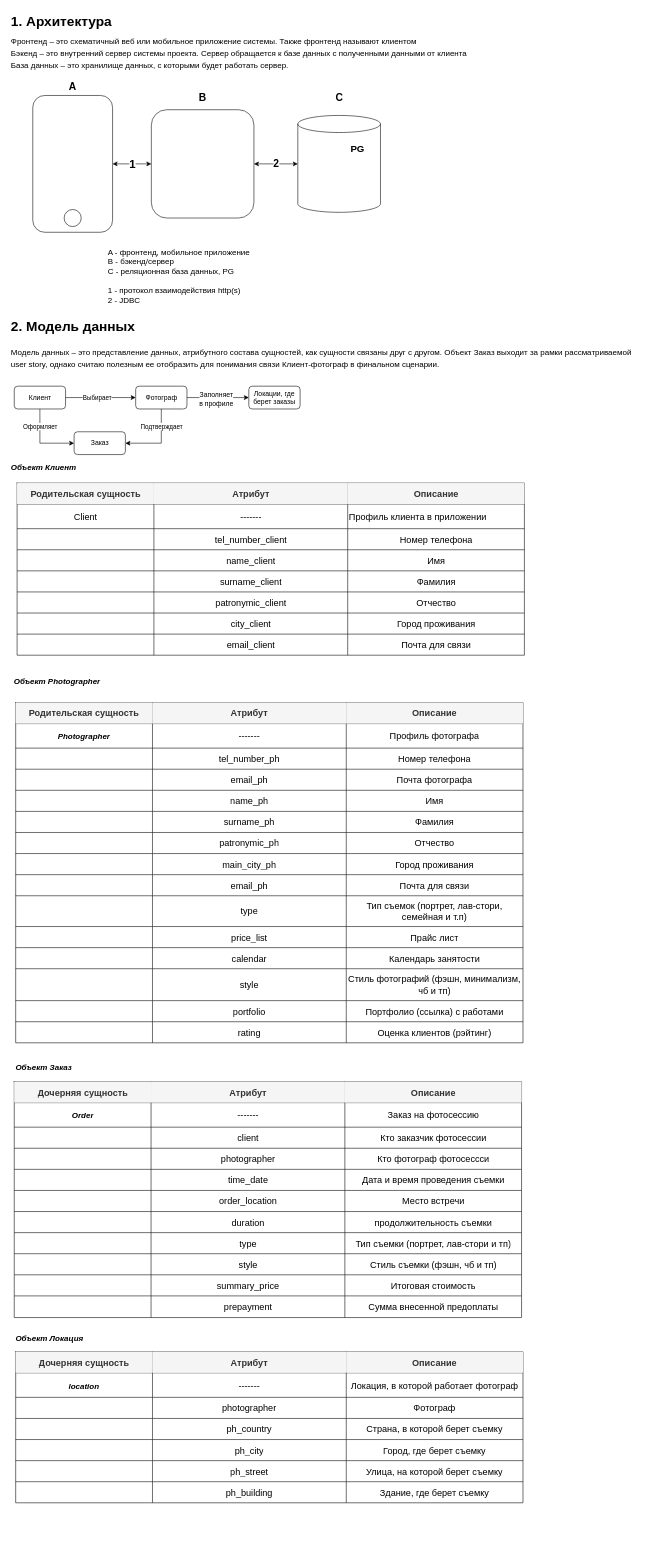
This is Vakhromova_Jenya/ФТ.drawio from abdullahproff/BSA21_1, a draw.io file, before an edit. Source tidied: cells renumbered, new cells numbered last; positions are measured from the earlier drawing's top-left corner, leaving out a move shared by most shapes. Both pictures are drawn from the tidied source at 57%, with x=0, y=0 at pixel (10, 10).
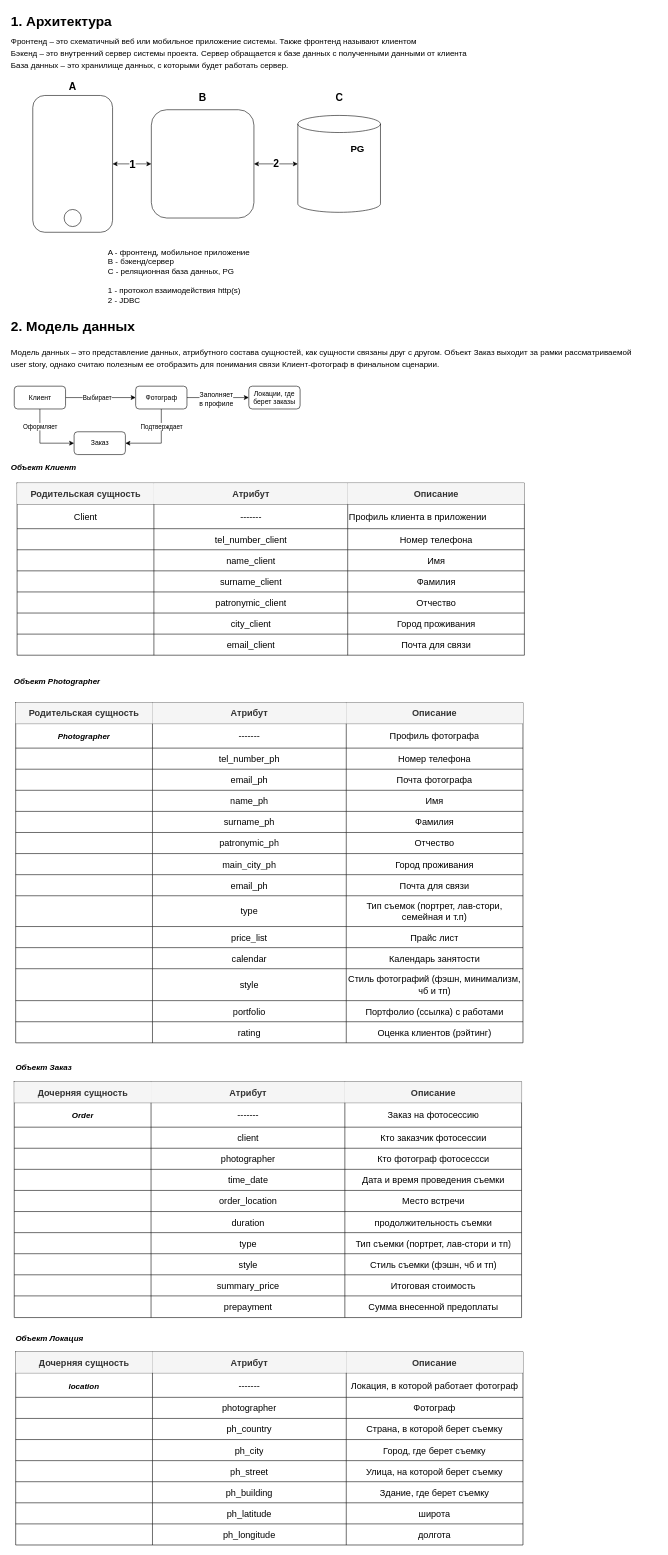
The same page after the edit.

Commit message (it also covers changes not shown here):
модель данных (+ долгота, +широта)

Diff of the diagram source:
```diff
@@
     <mxCell id="172" style="shape=table;startSize=0;childLayout=tableLayout;fontSize=16;" parent="1" vertex="1">
-      <mxGeometry x="10" y="2354" width="890" height="265" as="geometry" />
+      <mxGeometry x="10" y="2354" width="890" height="339" as="geometry" />
     </mxCell>
@@
+    <mxCell id="201" style="shape=tableRow;horizontal=0;startSize=0;swimlaneHead=0;swimlaneBody=0;strokeColor=inherit;top=0;left=0;bottom=0;right=0;fillColor=none;fontSize=16;" parent="172" vertex="1">
+      <mxGeometry y="265" width="890" height="37" as="geometry" />
+    </mxCell>
+    <mxCell id="202" style="shape=partialRectangle;html=1;whiteSpace=wrap;strokeColor=inherit;overflow=hidden;fillColor=none;top=0;left=0;bottom=0;right=0;fontSize=16;" parent="201" vertex="1">
+      <mxGeometry width="240" height="37" as="geometry" />
+    </mxCell>
+    <mxCell id="203" value="ph_latitude" style="shape=partialRectangle;html=1;whiteSpace=wrap;strokeColor=inherit;overflow=hidden;fillColor=none;top=0;left=0;bottom=0;right=0;fontSize=16;" parent="201" vertex="1">
+      <mxGeometry x="240" width="340" height="37" as="geometry" />
+    </mxCell>
+    <mxCell id="204" value="широта" style="shape=partialRectangle;html=1;whiteSpace=wrap;strokeColor=inherit;overflow=hidden;fillColor=none;top=0;left=0;bottom=0;right=0;fontSize=16;" parent="201" vertex="1">
+      <mxGeometry x="580" width="310" height="37" as="geometry" />
+    </mxCell>
+    <mxCell id="205" style="shape=tableRow;horizontal=0;startSize=0;swimlaneHead=0;swimlaneBody=0;strokeColor=inherit;top=0;left=0;bottom=0;right=0;fillColor=none;fontSize=16;" parent="172" vertex="1">
+      <mxGeometry y="302" width="890" height="37" as="geometry" />
+    </mxCell>
+    <mxCell id="206" style="shape=partialRectangle;html=1;whiteSpace=wrap;strokeColor=inherit;overflow=hidden;fillColor=none;top=0;left=0;bottom=0;right=0;fontSize=16;" parent="205" vertex="1">
+      <mxGeometry width="240" height="37" as="geometry" />
+    </mxCell>
+    <mxCell id="207" value="ph_longitude" style="shape=partialRectangle;html=1;whiteSpace=wrap;strokeColor=inherit;overflow=hidden;fillColor=none;top=0;left=0;bottom=0;right=0;fontSize=16;" parent="205" vertex="1">
+      <mxGeometry x="240" width="340" height="37" as="geometry" />
+    </mxCell>
+    <mxCell id="208" value="долгота" style="shape=partialRectangle;html=1;whiteSpace=wrap;strokeColor=inherit;overflow=hidden;fillColor=none;top=0;left=0;bottom=0;right=0;fontSize=16;" parent="205" vertex="1">
+      <mxGeometry x="580" width="310" height="37" as="geometry" />
+    </mxCell>
```
